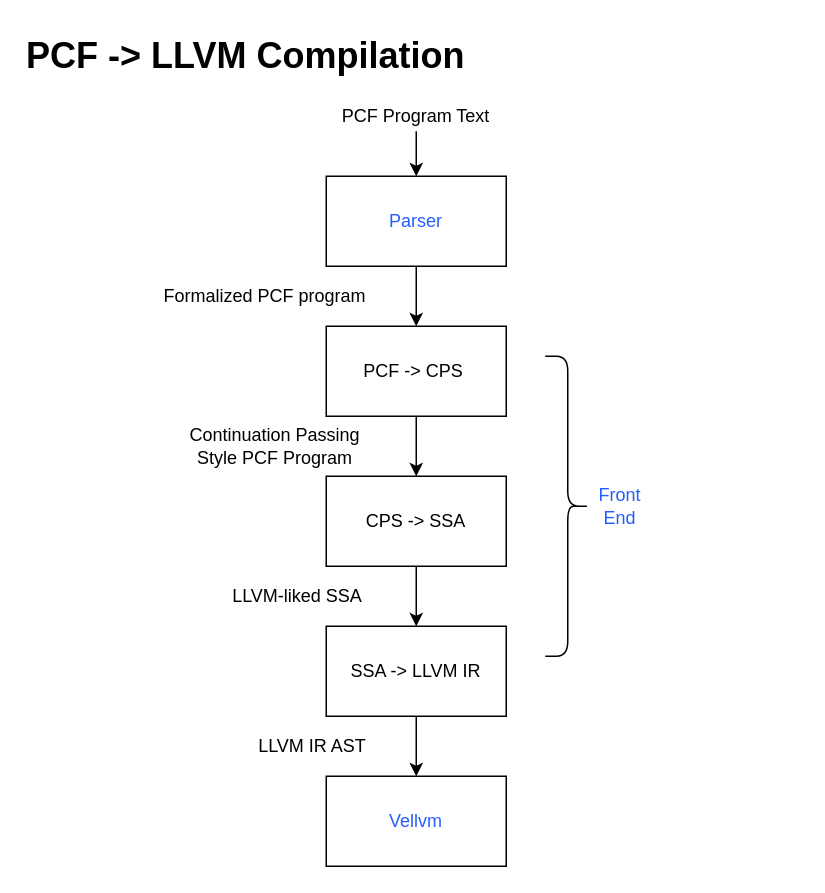
The draw.io diagram llvmfront.drawio in ABigDoge/MyDiagrams, before the edit. Source tidied: cells renumbered, new cells numbered last; positions are measured from the earlier drawing's top-left corner, leaving out a move shared by most shapes. Both pictures are drawn from the tidied source at 150%, with x=0, y=0 at pixel (110, 26).
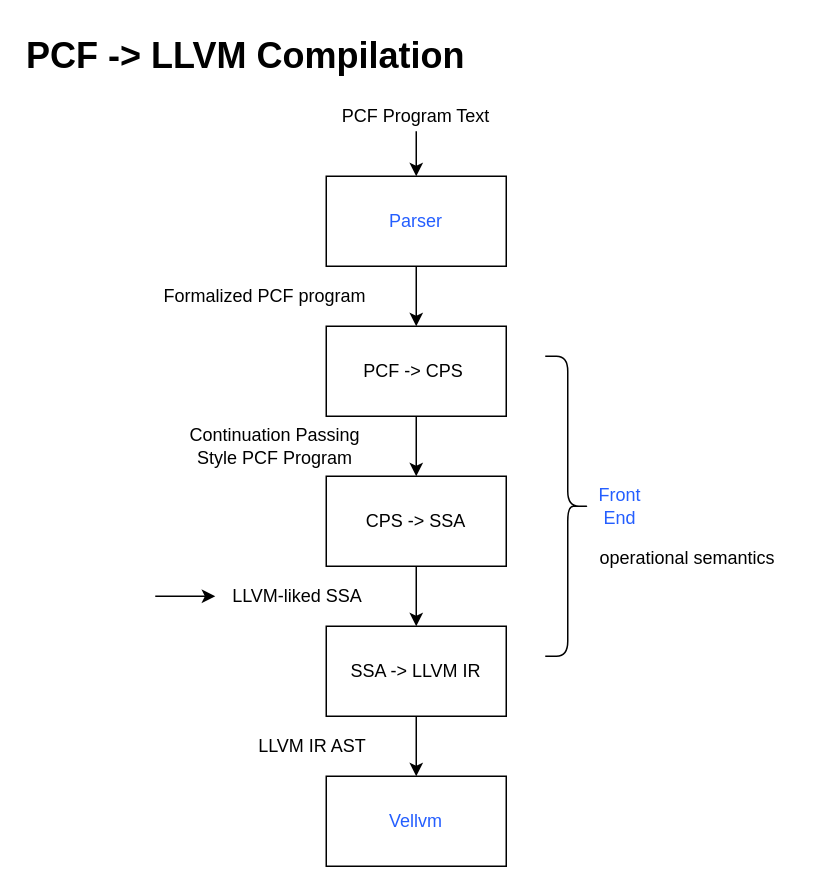
After the change.

Unchanged cells that the change refers to:
```xml
<mxCell id="17" value="LLVM-liked SSA" style="text;html=1;strokeColor=none;fillColor=none;align=center;verticalAlign=middle;whiteSpace=wrap;rounded=0;" parent="1" vertex="1">
  <mxGeometry x="70" y="370" width="110" height="20" as="geometry" />
</mxCell>
```

Change to the diagram source:
```diff
@@
+    <mxCell id="20" value="operational semantics" style="text;html=1;strokeColor=none;fillColor=none;align=center;verticalAlign=middle;whiteSpace=wrap;rounded=0;" parent="1" vertex="1">
+      <mxGeometry x="310" y="340" width="150" height="30" as="geometry" />
+    </mxCell>
+    <mxCell id="21" style="endArrow=classic;html=1;rounded=0;entryX=0;entryY=0.5;entryDx=0;entryDy=0;" parent="1" edge="1" target="17">
+      <mxGeometry relative="1" as="geometry">
+        <mxPoint x="30" y="380" as="sourcePoint" />
+      </mxGeometry>
+    </mxCell>
```
